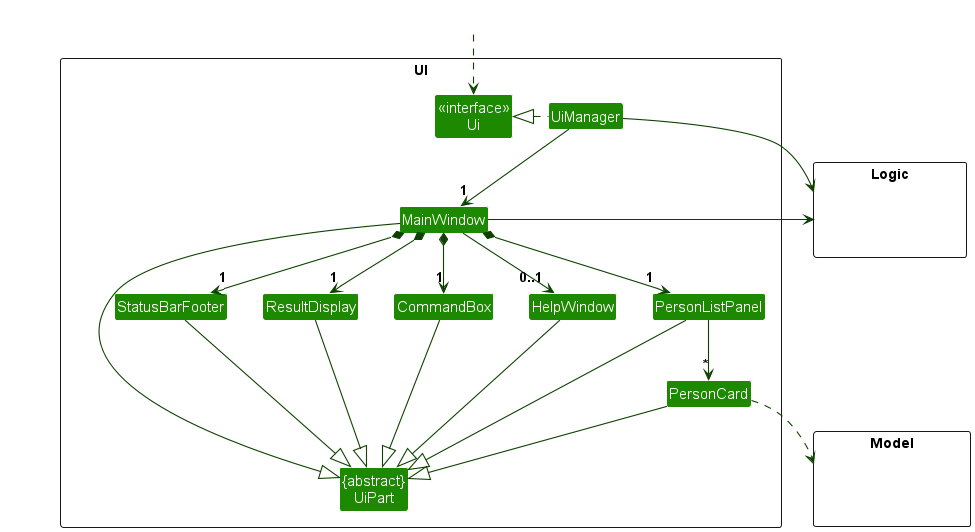
nus-cs2103-AY2324S2/tp keeps this PlantUML diagram as docs/images/UiClassDiagram.png. Above is the earlier version.
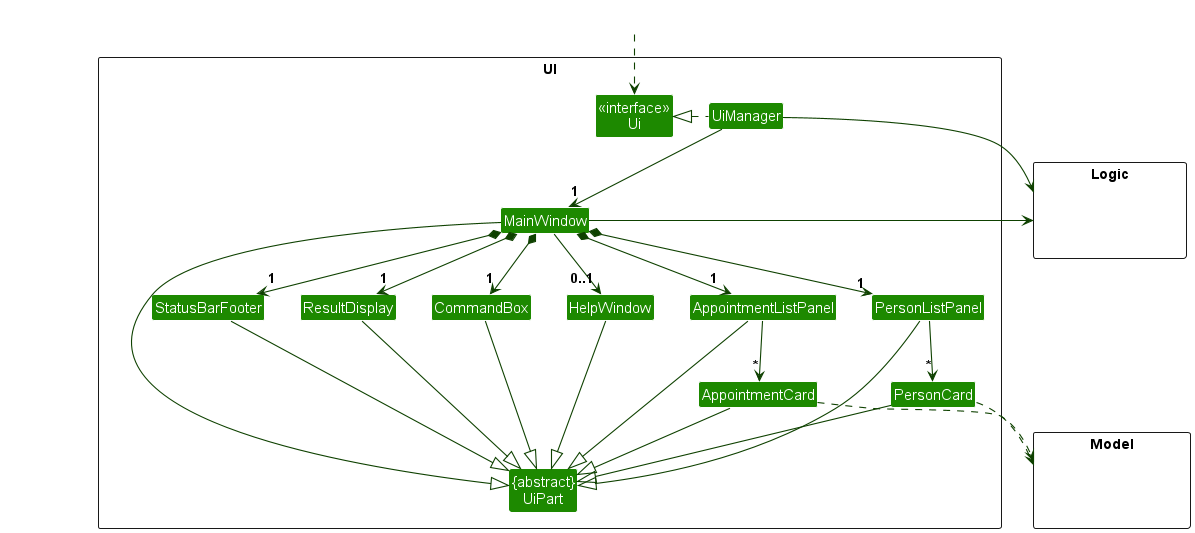
After the change.

Commit message:
Replace ui diagram png

What changed in the source:
```diff
@@ -13,6 +13,8 @@
 Class ResultDisplay
 Class PersonListPanel
 Class PersonCard
+Class AppointmentListPanel
+Class AppointmentCard
 Class StatusBarFooter
 Class CommandBox
 }
@@ -33,10 +35,13 @@
 MainWindow *-down->  "1" CommandBox
 MainWindow *-down-> "1" ResultDisplay
 MainWindow *-down-> "1" PersonListPanel
+MainWindow *-down-> "1" AppointmentListPanel
 MainWindow *-down-> "1" StatusBarFooter
 MainWindow --> "0..1" HelpWindow
 
 PersonListPanel -down-> "*" PersonCard
+
+AppointmentListPanel -down-> "*" AppointmentCard
 
 MainWindow -left-|> UiPart
 
@@ -44,14 +49,18 @@
 CommandBox --|> UiPart
 PersonListPanel --|> UiPart
 PersonCard --|> UiPart
+AppointmentListPanel --|> UiPart
+AppointmentCard --|> UiPart
 StatusBarFooter --|> UiPart
 HelpWindow --|> UiPart
 
 PersonCard ..> Model
+AppointmentCard ..> Model
 UiManager -right-> Logic
 MainWindow -left-> Logic
 
 PersonListPanel -[hidden]left- HelpWindow
+AppointmentListPanel -[hidden]left- HelpWindow
 HelpWindow -[hidden]left- CommandBox
 CommandBox -[hidden]left- ResultDisplay
 ResultDisplay -[hidden]left- StatusBarFooter
```
